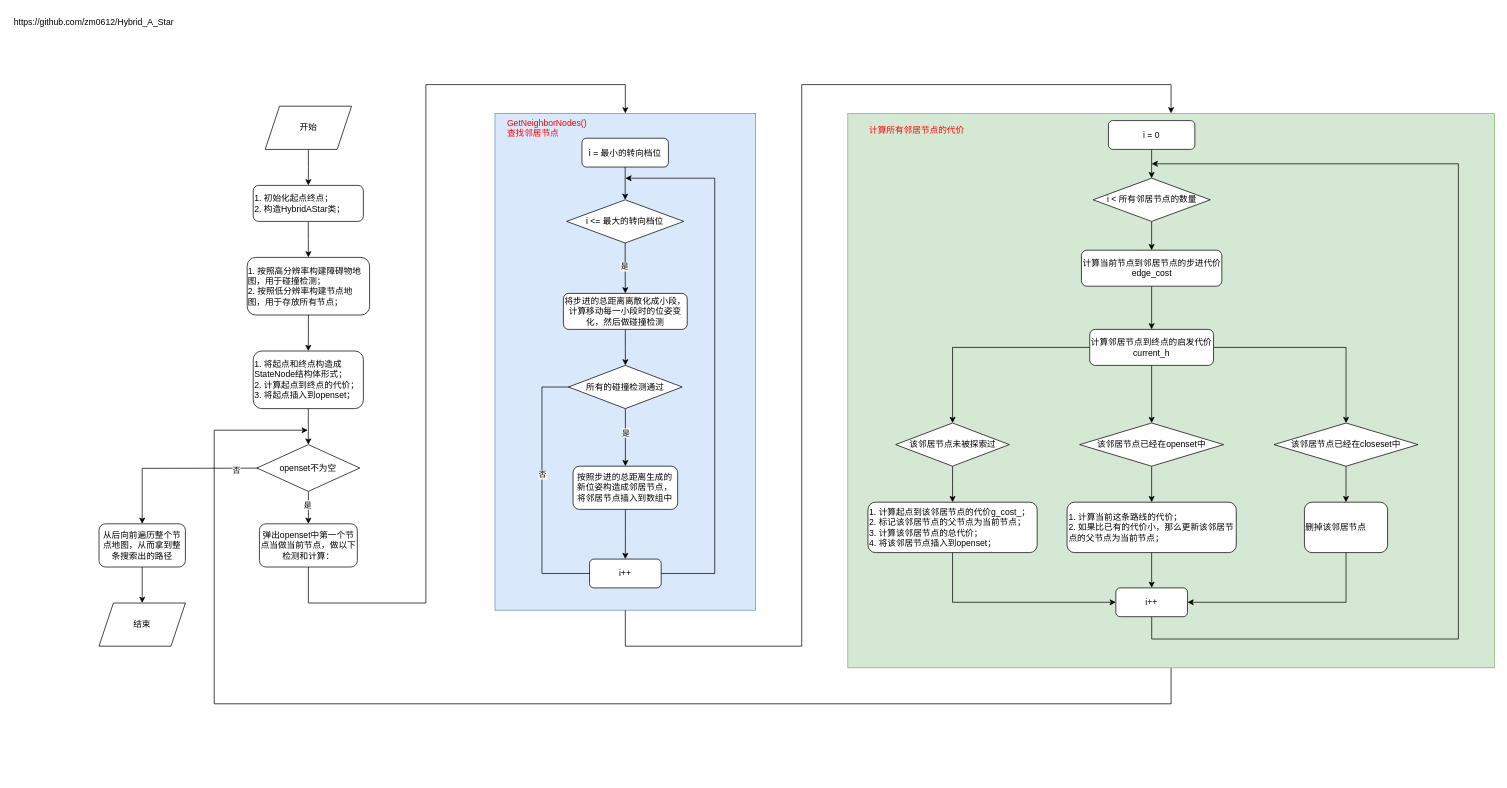
Earlier version of the draw.io diagram Hybrid_A*流程图.drawio (gavin228/iodraw-files). Source tidied: cells renumbered, new cells numbered last; positions are measured from the earlier drawing's top-left corner, leaving out a move shared by most shapes. Both pictures are drawn from the tidied source at 72%, with x=0, y=0 at pixel (12, 12).
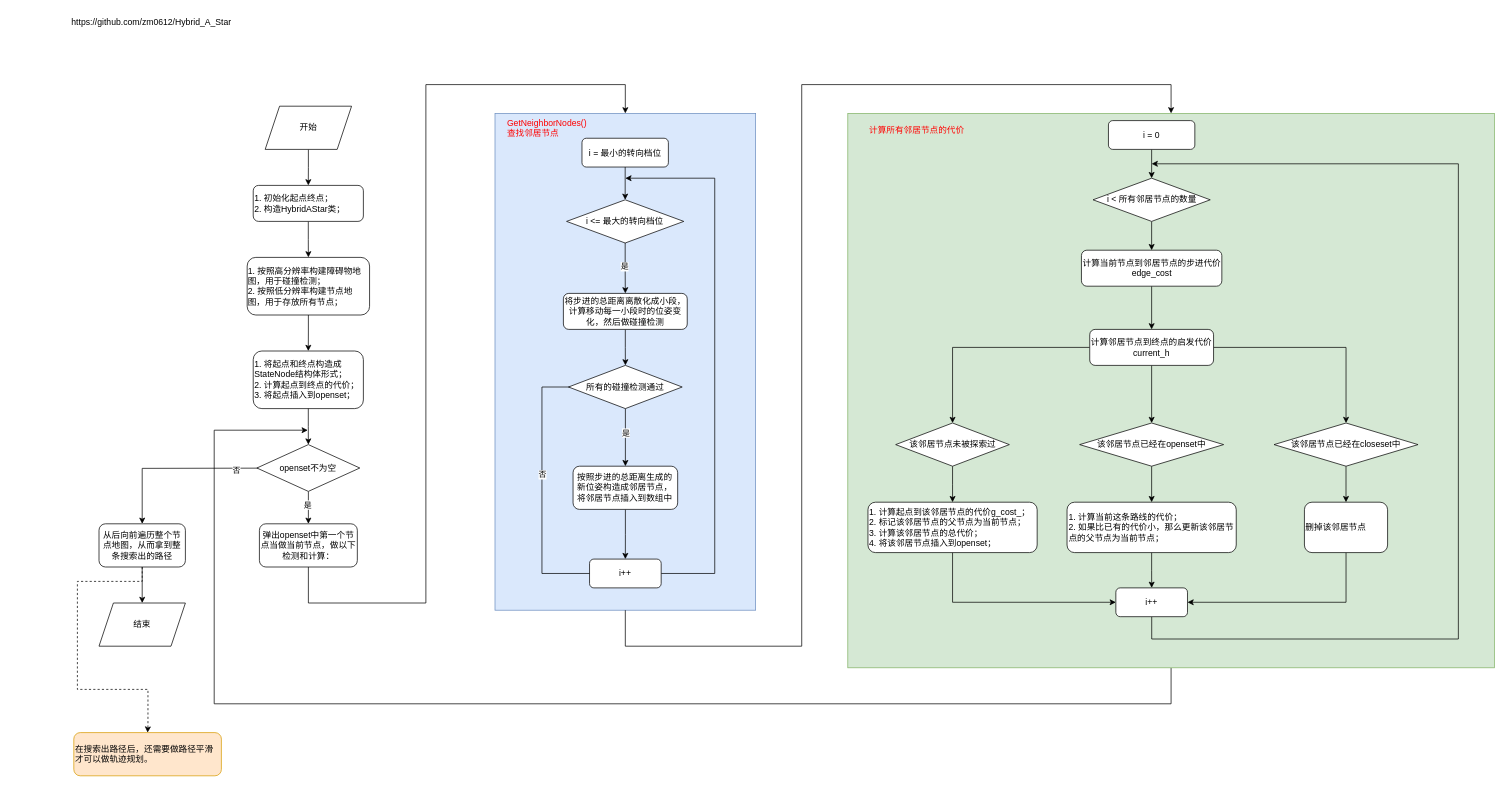
After the change.

Commit message:
更新Hybrid_A*流程图.drawio

The change refers to these unchanged cells:
```xml
<mxCell id="67" value="从后向前遍历整个节点地图，从而拿到整条搜索出的路径" style="whiteSpace=wrap;html=1;rounded=1;" parent="1" vertex="1">
  <mxGeometry x="120" y="710" width="120" height="60" as="geometry" />
</mxCell>
```

Diff of the diagram source:
```diff
@@
+    <mxCell id="70" style="edgeStyle=orthogonalEdgeStyle;rounded=0;jettySize=auto;html=1;dashed=1;exitX=0.5;exitY=1;exitDx=0;exitDy=0;entryX=0.5;entryY=0;entryDx=0;entryDy=0;" parent="1" edge="1" source="67" target="71">
+      <mxGeometry relative="1" as="geometry">
+        <Array as="points">
+          <mxPoint x="180" y="790" />
+          <mxPoint x="90" y="790" />
+          <mxPoint x="90" y="940" />
+          <mxPoint x="188" y="940" />
+          <mxPoint x="188" y="990" />
+          <mxPoint x="188" y="990" />
+        </Array>
+      </mxGeometry>
+    </mxCell>
@@
     <mxCell id="69" value="https://github.com/zm0612/Hybrid_A_Star" style="text;whiteSpace=wrap;" parent="1" vertex="1">
-      <mxGeometry width="260" height="40" as="geometry" />
+      <mxGeometry x="80" width="260" height="40" as="geometry" />
     </mxCell>
+    <mxCell id="71" value="在搜索出路径后，还需要做路径平滑才可以做轨迹规划。" style="whiteSpace=wrap;html=1;rounded=1;fillColor=#ffe6cc;strokeColor=#d79b00;align=left;" parent="1" vertex="1">
+      <mxGeometry x="85" y="1000" width="205" height="60" as="geometry" />
+    </mxCell>
```
